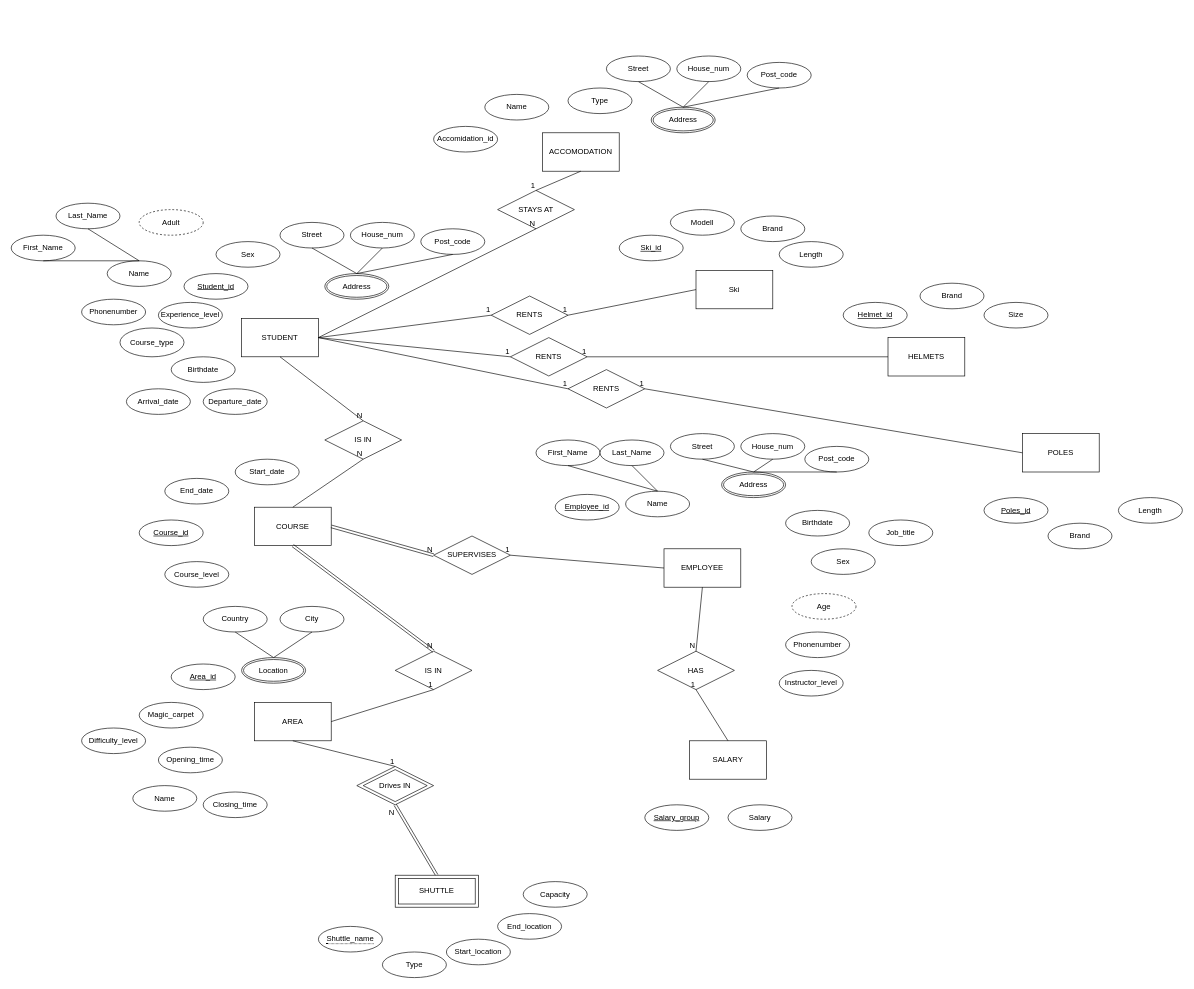
Before: ERD/NEW-ER-Diagramm.drawio in franziskamarb/slopeDB, a draw.io diagram. Source tidied: cells renumbered, new cells numbered last; positions are measured from the earlier drawing's top-left corner, leaving out a move shared by most shapes. Both pictures are drawn from the tidied source at 64%, with x=0, y=0 at pixel (11, 56).
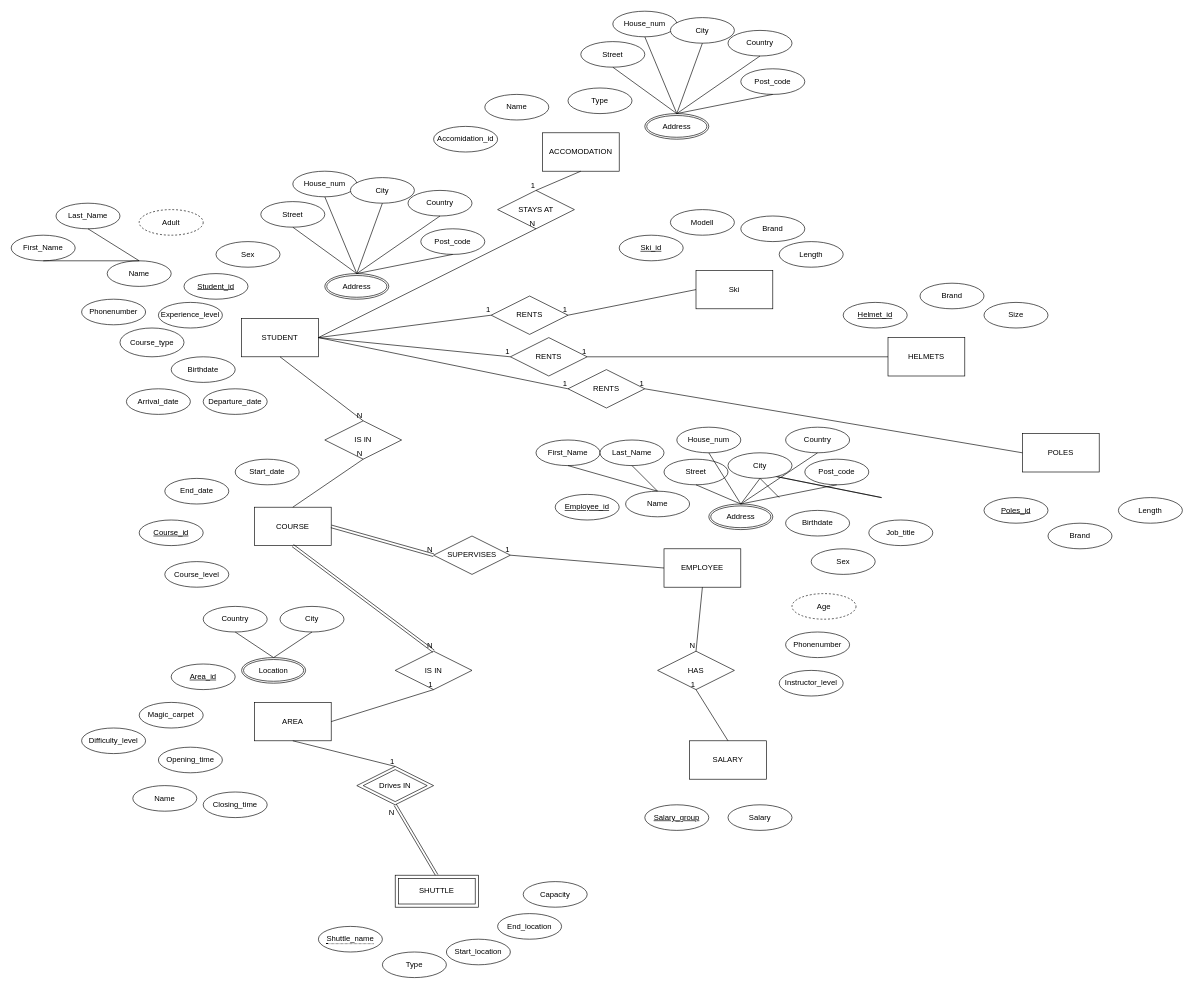
Above is the later version.

Unchanged cells that the change refers to:
```xml
<mxCell id="8" value="Address" style="ellipse;shape=doubleEllipse;margin=3;whiteSpace=wrap;html=1;align=center;" parent="1" vertex="1">
  <mxGeometry x="490" y="340" width="100" height="40" as="geometry" />
</mxCell>
```

The edit, as a diff of the source:
```diff
@@
     <mxCell id="10" value="Street" style="ellipse;whiteSpace=wrap;html=1;" parent="1" vertex="1">
-      <mxGeometry x="420" y="260" width="100" height="40" as="geometry" />
+      <mxGeometry x="390" y="227.5" width="100" height="40" as="geometry" />
     </mxCell>
     <mxCell id="11" value="House_num" style="ellipse;whiteSpace=wrap;html=1;" parent="1" vertex="1">
-      <mxGeometry x="530" y="260" width="100" height="40" as="geometry" />
+      <mxGeometry x="440" y="180" width="100" height="40" as="geometry" />
     </mxCell>
@@
-    <mxCell id="42" value="Address" style="ellipse;shape=doubleEllipse;margin=3;whiteSpace=wrap;html=1;align=center;" parent="1" vertex="1">
-      <mxGeometry x="1110" y="650" width="100" height="40" as="geometry" />
-    </mxCell>
-    <mxCell id="43" value="Street" style="ellipse;whiteSpace=wrap;html=1;" parent="1" vertex="1">
-      <mxGeometry x="1030" y="590" width="100" height="40" as="geometry" />
-    </mxCell>
-    <mxCell id="44" value="House_num" style="ellipse;whiteSpace=wrap;html=1;" parent="1" vertex="1">
-      <mxGeometry x="1140" y="590" width="100" height="40" as="geometry" />
-    </mxCell>
-    <mxCell id="45" value="Post_code" style="ellipse;whiteSpace=wrap;html=1;" parent="1" vertex="1">
-      <mxGeometry x="1240" y="610" width="100" height="40" as="geometry" />
-    </mxCell>
-    <mxCell id="46" style="endArrow=none;html=1;rounded=0;entryX=0.5;entryY=0;entryDx=0;entryDy=0;exitX=0.5;exitY=1;exitDx=0;exitDy=0;" parent="1" edge="1" source="44" target="42">
-      <mxGeometry relative="1" as="geometry" />
+    <mxCell id="46" style="endArrow=none;html=1;rounded=0;entryX=0.5;entryY=0;entryDx=0;entryDy=0;exitX=0.5;exitY=1;exitDx=0;exitDy=0;" parent="1" edge="1">
+      <mxGeometry relative="1" as="geometry">
+        <mxPoint x="1200" y="690" as="sourcePoint" />
+        <mxPoint x="1160" y="650" as="targetPoint" />
+      </mxGeometry>
     </mxCell>
-    <mxCell id="47" style="endArrow=none;html=1;rounded=0;exitX=0.5;exitY=0;exitDx=0;exitDy=0;entryX=0.5;entryY=1;entryDx=0;entryDy=0;" parent="1" edge="1" source="42" target="43">
-      <mxGeometry relative="1" as="geometry" />
+    <mxCell id="47" style="endArrow=none;html=1;rounded=0;exitX=0.5;exitY=0;exitDx=0;exitDy=0;entryX=0.5;entryY=1;entryDx=0;entryDy=0;" parent="1" edge="1">
+      <mxGeometry relative="1" as="geometry">
+        <mxPoint x="1160" y="650" as="sourcePoint" />
+        <mxPoint x="1360" y="690" as="targetPoint" />
+      </mxGeometry>
     </mxCell>
-    <mxCell id="48" style="endArrow=none;html=1;rounded=0;exitX=0.5;exitY=0;exitDx=0;exitDy=0;entryX=0.5;entryY=1;entryDx=0;entryDy=0;" parent="1" edge="1" source="42" target="45">
-      <mxGeometry relative="1" as="geometry" />
+    <mxCell id="48" style="endArrow=none;html=1;rounded=0;exitX=0.5;exitY=0;exitDx=0;exitDy=0;entryX=0.5;entryY=1;entryDx=0;entryDy=0;" parent="1" edge="1">
+      <mxGeometry relative="1" as="geometry">
+        <mxPoint x="1160" y="650" as="sourcePoint" />
+        <mxPoint x="1360" y="690" as="targetPoint" />
+      </mxGeometry>
     </mxCell>
@@
-    <mxCell id="63" value="Address" style="ellipse;shape=doubleEllipse;margin=3;whiteSpace=wrap;html=1;align=center;" parent="1" vertex="1">
-      <mxGeometry x="1000" y="80" width="100" height="40" as="geometry" />
-    </mxCell>
-    <mxCell id="64" value="Street" style="ellipse;whiteSpace=wrap;html=1;" parent="1" vertex="1">
-      <mxGeometry x="930" width="100" height="40" as="geometry" />
-    </mxCell>
-    <mxCell id="65" value="House_num" style="ellipse;whiteSpace=wrap;html=1;" parent="1" vertex="1">
-      <mxGeometry x="1040" width="100" height="40" as="geometry" />
-    </mxCell>
-    <mxCell id="66" value="Post_code" style="ellipse;whiteSpace=wrap;html=1;" parent="1" vertex="1">
-      <mxGeometry x="1150" y="10" width="100" height="40" as="geometry" />
-    </mxCell>
-    <mxCell id="67" style="endArrow=none;html=1;rounded=0;entryX=0.5;entryY=0;entryDx=0;entryDy=0;exitX=0.5;exitY=1;exitDx=0;exitDy=0;" parent="1" edge="1" source="65" target="63">
-      <mxGeometry relative="1" as="geometry" />
-    </mxCell>
-    <mxCell id="68" style="endArrow=none;html=1;rounded=0;exitX=0.5;exitY=0;exitDx=0;exitDy=0;entryX=0.5;entryY=1;entryDx=0;entryDy=0;" parent="1" edge="1" source="63" target="64">
-      <mxGeometry relative="1" as="geometry" />
-    </mxCell>
-    <mxCell id="69" style="endArrow=none;html=1;rounded=0;exitX=0.5;exitY=0;exitDx=0;exitDy=0;entryX=0.5;entryY=1;entryDx=0;entryDy=0;" parent="1" edge="1" source="63" target="66">
-      <mxGeometry relative="1" as="geometry" />
-    </mxCell>
@@
+    <mxCell id="140" value="City" style="ellipse;whiteSpace=wrap;html=1;" parent="1" vertex="1">
+      <mxGeometry x="530" y="190" width="100" height="40" as="geometry" />
+    </mxCell>
+    <mxCell id="141" style="endArrow=none;html=1;rounded=0;entryX=0.5;entryY=0;entryDx=0;entryDy=0;exitX=0.5;exitY=1;exitDx=0;exitDy=0;" parent="1" edge="1" source="140" target="8">
+      <mxGeometry relative="1" as="geometry" />
+    </mxCell>
+    <mxCell id="142" value="Country" style="ellipse;whiteSpace=wrap;html=1;" parent="1" vertex="1">
+      <mxGeometry x="620" y="210" width="100" height="40" as="geometry" />
+    </mxCell>
+    <mxCell id="143" style="endArrow=none;html=1;rounded=0;entryX=0.5;entryY=0;entryDx=0;entryDy=0;exitX=0.5;exitY=1;exitDx=0;exitDy=0;" parent="1" edge="1" source="142" target="8">
+      <mxGeometry relative="1" as="geometry" />
+    </mxCell>
+    <mxCell id="144" value="Address" style="ellipse;shape=doubleEllipse;margin=3;whiteSpace=wrap;html=1;align=center;" parent="1" vertex="1">
+      <mxGeometry x="1090" y="700" width="100" height="40" as="geometry" />
+    </mxCell>
+    <mxCell id="145" value="Street" style="ellipse;whiteSpace=wrap;html=1;" parent="1" vertex="1">
+      <mxGeometry x="1020" y="630" width="100" height="40" as="geometry" />
+    </mxCell>
+    <mxCell id="146" value="House_num" style="ellipse;whiteSpace=wrap;html=1;" parent="1" vertex="1">
+      <mxGeometry x="1040" y="580" width="100" height="40" as="geometry" />
+    </mxCell>
+    <mxCell id="147" value="Post_code" style="ellipse;whiteSpace=wrap;html=1;" parent="1" vertex="1">
+      <mxGeometry x="1240" y="630" width="100" height="40" as="geometry" />
+    </mxCell>
+    <mxCell id="148" style="endArrow=none;html=1;rounded=0;entryX=0.5;entryY=0;entryDx=0;entryDy=0;exitX=0.5;exitY=1;exitDx=0;exitDy=0;" parent="1" edge="1" source="146" target="144">
+      <mxGeometry relative="1" as="geometry" />
+    </mxCell>
+    <mxCell id="149" style="endArrow=none;html=1;rounded=0;exitX=0.5;exitY=0;exitDx=0;exitDy=0;entryX=0.5;entryY=1;entryDx=0;entryDy=0;" parent="1" edge="1" source="144" target="145">
+      <mxGeometry relative="1" as="geometry" />
+    </mxCell>
+    <mxCell id="150" style="endArrow=none;html=1;rounded=0;exitX=0.5;exitY=0;exitDx=0;exitDy=0;entryX=0.5;entryY=1;entryDx=0;entryDy=0;" parent="1" edge="1" source="144" target="147">
+      <mxGeometry relative="1" as="geometry" />
+    </mxCell>
+    <mxCell id="151" value="City" style="ellipse;whiteSpace=wrap;html=1;" parent="1" vertex="1">
+      <mxGeometry x="1120" y="620" width="100" height="40" as="geometry" />
+    </mxCell>
+    <mxCell id="152" style="endArrow=none;html=1;rounded=0;entryX=0.5;entryY=0;entryDx=0;entryDy=0;exitX=0.5;exitY=1;exitDx=0;exitDy=0;" parent="1" edge="1" source="151" target="144">
+      <mxGeometry relative="1" as="geometry" />
+    </mxCell>
+    <mxCell id="153" value="Country" style="ellipse;whiteSpace=wrap;html=1;" parent="1" vertex="1">
+      <mxGeometry x="1210" y="580" width="100" height="40" as="geometry" />
+    </mxCell>
+    <mxCell id="154" style="endArrow=none;html=1;rounded=0;entryX=0.5;entryY=0;entryDx=0;entryDy=0;exitX=0.5;exitY=1;exitDx=0;exitDy=0;" parent="1" edge="1" source="153" target="144">
+      <mxGeometry relative="1" as="geometry" />
+    </mxCell>
+    <mxCell id="155" value="Address" style="ellipse;shape=doubleEllipse;margin=3;whiteSpace=wrap;html=1;align=center;" parent="1" vertex="1">
+      <mxGeometry x="990" y="90" width="100" height="40" as="geometry" />
+    </mxCell>
+    <mxCell id="156" value="Street" style="ellipse;whiteSpace=wrap;html=1;" parent="1" vertex="1">
+      <mxGeometry x="890" y="-22.5" width="100" height="40" as="geometry" />
+    </mxCell>
+    <mxCell id="157" value="House_num" style="ellipse;whiteSpace=wrap;html=1;" parent="1" vertex="1">
+      <mxGeometry x="940" y="-70" width="100" height="40" as="geometry" />
+    </mxCell>
+    <mxCell id="158" value="Post_code" style="ellipse;whiteSpace=wrap;html=1;" parent="1" vertex="1">
+      <mxGeometry x="1140" y="20" width="100" height="40" as="geometry" />
+    </mxCell>
+    <mxCell id="159" style="endArrow=none;html=1;rounded=0;entryX=0.5;entryY=0;entryDx=0;entryDy=0;exitX=0.5;exitY=1;exitDx=0;exitDy=0;" parent="1" edge="1" source="157" target="155">
+      <mxGeometry relative="1" as="geometry" />
+    </mxCell>
+    <mxCell id="160" style="endArrow=none;html=1;rounded=0;exitX=0.5;exitY=0;exitDx=0;exitDy=0;entryX=0.5;entryY=1;entryDx=0;entryDy=0;" parent="1" edge="1" source="155" target="156">
+      <mxGeometry relative="1" as="geometry" />
+    </mxCell>
+    <mxCell id="161" style="endArrow=none;html=1;rounded=0;exitX=0.5;exitY=0;exitDx=0;exitDy=0;entryX=0.5;entryY=1;entryDx=0;entryDy=0;" parent="1" edge="1" source="155" target="158">
+      <mxGeometry relative="1" as="geometry" />
+    </mxCell>
+    <mxCell id="162" value="City" style="ellipse;whiteSpace=wrap;html=1;" parent="1" vertex="1">
+      <mxGeometry x="1030" y="-60" width="100" height="40" as="geometry" />
+    </mxCell>
+    <mxCell id="163" style="endArrow=none;html=1;rounded=0;entryX=0.5;entryY=0;entryDx=0;entryDy=0;exitX=0.5;exitY=1;exitDx=0;exitDy=0;" parent="1" edge="1" source="162" target="155">
+      <mxGeometry relative="1" as="geometry" />
+    </mxCell>
+    <mxCell id="164" value="Country" style="ellipse;whiteSpace=wrap;html=1;" parent="1" vertex="1">
+      <mxGeometry x="1120" y="-40" width="100" height="40" as="geometry" />
+    </mxCell>
+    <mxCell id="165" style="endArrow=none;html=1;rounded=0;entryX=0.5;entryY=0;entryDx=0;entryDy=0;exitX=0.5;exitY=1;exitDx=0;exitDy=0;" parent="1" edge="1" source="164" target="155">
+      <mxGeometry relative="1" as="geometry" />
+    </mxCell>
```
